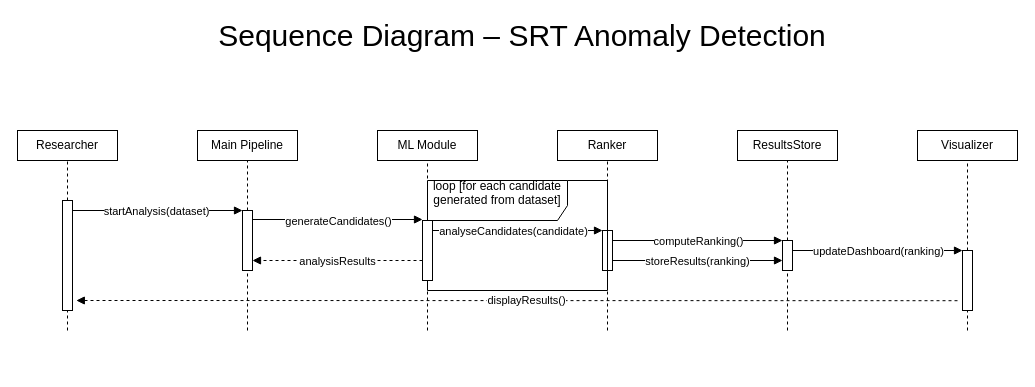
Above: docs/uml/03_sequence/sequence_diagram.drawio in DavideDeplano/srt-anomaly-detection (draw.io), before the change. Source tidied: cells renumbered, new cells numbered last; positions are measured from the earlier drawing's top-left corner, leaving out a move shared by most shapes. Both pictures are drawn from the tidied source at 100%, with x=0, y=0 at pixel (17, 20).
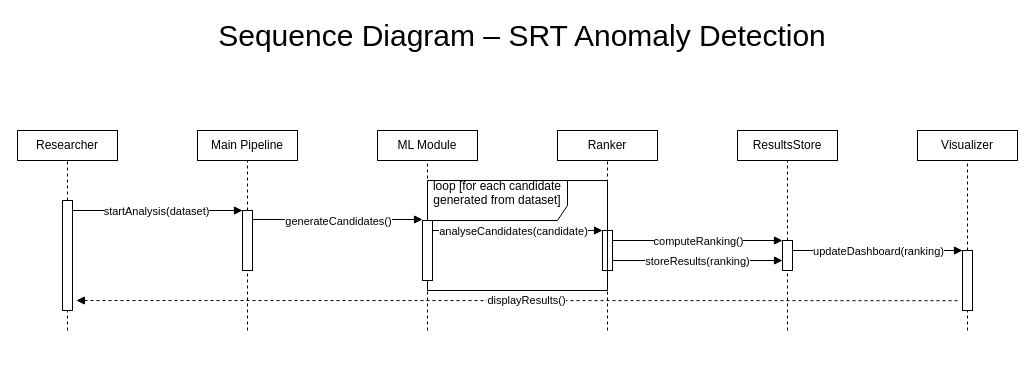
The same page after the edit.

Commit message (it also covers changes not shown here):
Aggiornati diagrammi e documentazione UML sequenza

Unchanged cells that the change refers to:
```xml
<mxCell id="22" style="group;" parent="1" vertex="1">
  <mxGeometry x="180" y="110" width="100" height="140" as="geometry" />
</mxCell>
```

Change to the diagram source:
```diff
@@
-    <mxCell id="27" style="html=1;verticalAlign=bottom;labelBackgroundColor=none;endArrow=block;endFill=1;dashed=1;rounded=0;entryX=1;entryY=0.75;entryDx=0;entryDy=0;" parent="22" edge="1">
-      <mxGeometry relative="1" as="geometry">
-        <mxPoint x="225" y="130" as="sourcePoint" />
-        <mxPoint x="55" y="130" as="targetPoint" />
-      </mxGeometry>
-    </mxCell>
-    <mxCell id="28" value="analysisResults" style="edgeLabel;html=1;align=center;verticalAlign=middle;" parent="27" vertex="1">
-      <mxGeometry x="0.12" y="-1" relative="1" as="geometry">
-        <mxPoint x="9" y="1" as="offset" />
-      </mxGeometry>
-    </mxCell>
```
